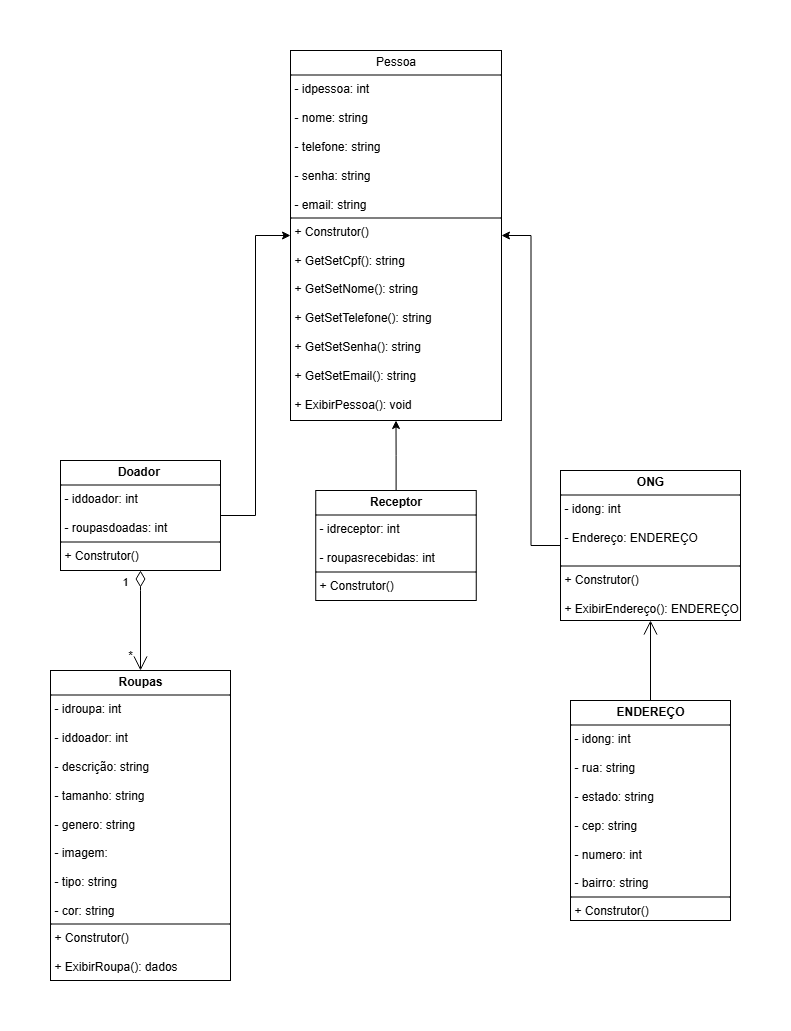
Above: docs/images/DIAGRAMA_DE_CLASSE.png in Arthx21/DOA-AQUI (draw.io), before the change. Source tidied: cells renumbered, new cells last; positions are measured from the earlier drawing's top-left corner, leaving out a move shared by most shapes.
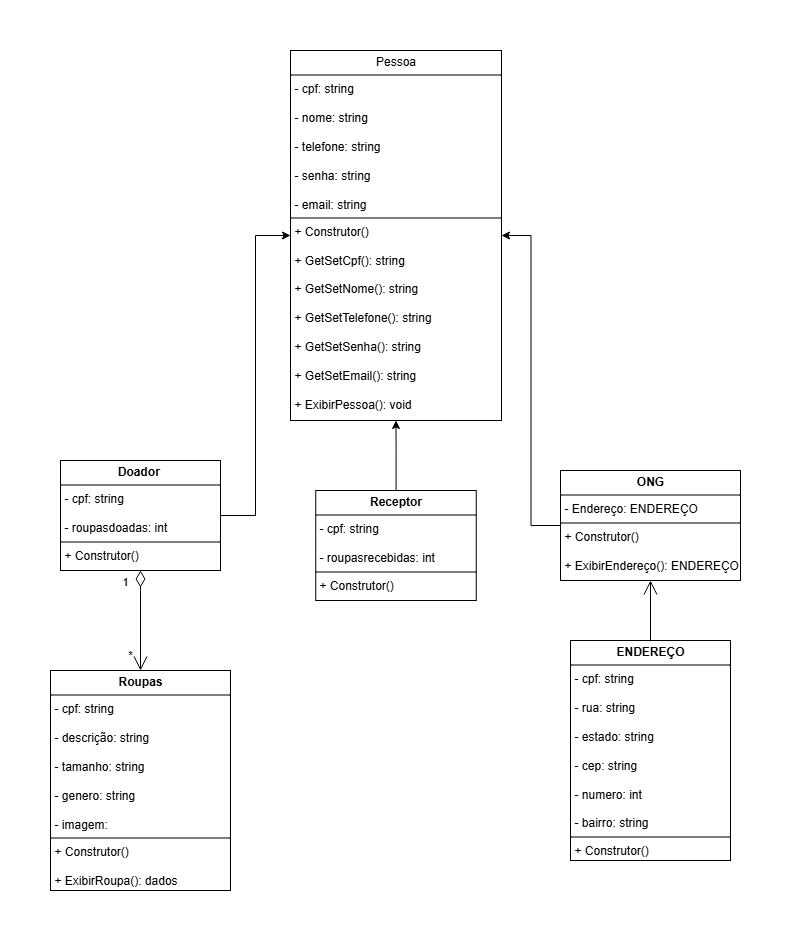
The same diagram one commit later.

Diff of the diagram source:
```diff
@@ -2,20 +2,20 @@
   <root>
     <mxCell id="0" />
     <mxCell id="1" parent="0" />
-    <mxCell id="2" value="&lt;p style=&quot;margin:0px;margin-top:4px;text-align:center;&quot;&gt;Pessoa&lt;/p&gt;&lt;hr size=&quot;1&quot; style=&quot;border-style:solid;&quot;&gt;&lt;p style=&quot;margin:0px;margin-left:4px;&quot;&gt;&lt;span style=&quot;background-color: transparent; color: light-dark(rgb(0, 0, 0), rgb(255, 255, 255));&quot;&gt;- idpessoa: int&lt;/span&gt;&lt;/p&gt;&lt;p style=&quot;margin:0px;margin-left:4px;&quot;&gt;&lt;span style=&quot;background-color: transparent; color: light-dark(rgb(0, 0, 0), rgb(255, 255, 255));&quot;&gt;&lt;br&gt;&lt;/span&gt;&lt;/p&gt;&lt;p style=&quot;margin:0px;margin-left:4px;&quot;&gt;- nome: string&lt;/p&gt;&lt;p style=&quot;margin:0px;margin-left:4px;&quot;&gt;&lt;br&gt;- telefone: string&lt;/p&gt;&lt;p style=&quot;margin:0px;margin-left:4px;&quot;&gt;&lt;br&gt;- senha: string&lt;br&gt;&lt;br&gt;- email: string&lt;br&gt;&lt;/p&gt;&lt;hr size=&quot;1&quot; style=&quot;border-style:solid;&quot;&gt;&lt;p style=&quot;margin:0px;margin-left:4px;&quot;&gt;+ Construtor()&lt;/p&gt;&lt;p style=&quot;margin:0px;margin-left:4px;&quot;&gt;&lt;br&gt;&lt;/p&gt;&lt;p style=&quot;margin:0px;margin-left:4px;&quot;&gt;+ GetSetCpf(): string&lt;/p&gt;&lt;p style=&quot;margin:0px;margin-left:4px;&quot;&gt;&lt;br&gt;&lt;/p&gt;&lt;p style=&quot;margin:0px;margin-left:4px;&quot;&gt;+ GetSetNome(): string&lt;/p&gt;&lt;p style=&quot;margin:0px;margin-left:4px;&quot;&gt;&lt;br&gt;&lt;/p&gt;&lt;p style=&quot;margin:0px;margin-left:4px;&quot;&gt;+&amp;nbsp;&lt;span style=&quot;background-color: transparent; color: light-dark(rgb(0, 0, 0), rgb(255, 255, 255));&quot;&gt;GetSetTelefone(): string&lt;br&gt;&lt;br&gt;&lt;/span&gt;+ GetSetSenha(): string&lt;br&gt;&lt;br&gt;+ GetSetEmail(): string&lt;/p&gt;&lt;p style=&quot;margin:0px;margin-left:4px;&quot;&gt;&lt;br&gt;&lt;/p&gt;&lt;p style=&quot;margin:0px;margin-left:4px;&quot;&gt;+ ExibirPessoa(): void&lt;/p&gt;&lt;p style=&quot;margin:0px;margin-left:4px;&quot;&gt;&lt;br&gt;&lt;/p&gt;&lt;p style=&quot;margin:0px;margin-left:4px;&quot;&gt;&lt;br&gt;&lt;/p&gt;&lt;p style=&quot;margin:0px;margin-left:4px;&quot;&gt;&lt;br&gt;&lt;/p&gt;" style="verticalAlign=top;align=left;overflow=fill;html=1;whiteSpace=wrap;" parent="1" vertex="1">
+    <mxCell id="2" value="&lt;p style=&quot;margin:0px;margin-top:4px;text-align:center;&quot;&gt;Pessoa&lt;/p&gt;&lt;hr size=&quot;1&quot; style=&quot;border-style:solid;&quot;&gt;&lt;p style=&quot;margin:0px;margin-left:4px;&quot;&gt;&lt;span style=&quot;background-color: transparent; color: light-dark(rgb(0, 0, 0), rgb(255, 255, 255));&quot;&gt;- cpf: string&lt;/span&gt;&lt;/p&gt;&lt;p style=&quot;margin:0px;margin-left:4px;&quot;&gt;&lt;span style=&quot;background-color: transparent; color: light-dark(rgb(0, 0, 0), rgb(255, 255, 255));&quot;&gt;&lt;br&gt;&lt;/span&gt;&lt;/p&gt;&lt;p style=&quot;margin:0px;margin-left:4px;&quot;&gt;- nome: string&lt;/p&gt;&lt;p style=&quot;margin:0px;margin-left:4px;&quot;&gt;&lt;br&gt;- telefone: string&lt;/p&gt;&lt;p style=&quot;margin:0px;margin-left:4px;&quot;&gt;&lt;br&gt;- senha: string&lt;br&gt;&lt;br&gt;- email: string&lt;br&gt;&lt;/p&gt;&lt;hr size=&quot;1&quot; style=&quot;border-style:solid;&quot;&gt;&lt;p style=&quot;margin:0px;margin-left:4px;&quot;&gt;+ Construtor()&lt;/p&gt;&lt;p style=&quot;margin:0px;margin-left:4px;&quot;&gt;&lt;br&gt;&lt;/p&gt;&lt;p style=&quot;margin:0px;margin-left:4px;&quot;&gt;+ GetSetCpf(): string&lt;/p&gt;&lt;p style=&quot;margin:0px;margin-left:4px;&quot;&gt;&lt;br&gt;&lt;/p&gt;&lt;p style=&quot;margin:0px;margin-left:4px;&quot;&gt;+ GetSetNome(): string&lt;/p&gt;&lt;p style=&quot;margin:0px;margin-left:4px;&quot;&gt;&lt;br&gt;&lt;/p&gt;&lt;p style=&quot;margin:0px;margin-left:4px;&quot;&gt;+&amp;nbsp;&lt;span style=&quot;background-color: transparent; color: light-dark(rgb(0, 0, 0), rgb(255, 255, 255));&quot;&gt;GetSetTelefone(): string&lt;br&gt;&lt;br&gt;&lt;/span&gt;+ GetSetSenha(): string&lt;br&gt;&lt;br&gt;+ GetSetEmail(): string&lt;/p&gt;&lt;p style=&quot;margin:0px;margin-left:4px;&quot;&gt;&lt;br&gt;&lt;/p&gt;&lt;p style=&quot;margin:0px;margin-left:4px;&quot;&gt;+ ExibirPessoa(): void&lt;/p&gt;&lt;p style=&quot;margin:0px;margin-left:4px;&quot;&gt;&lt;br&gt;&lt;/p&gt;&lt;p style=&quot;margin:0px;margin-left:4px;&quot;&gt;&lt;br&gt;&lt;/p&gt;&lt;p style=&quot;margin:0px;margin-left:4px;&quot;&gt;&lt;br&gt;&lt;/p&gt;" style="verticalAlign=top;align=left;overflow=fill;html=1;whiteSpace=wrap;" parent="1" vertex="1">
       <mxGeometry x="240" width="211" height="370" as="geometry" />
     </mxCell>
-    <mxCell id="3" value="&lt;p style=&quot;margin:0px;margin-top:4px;text-align:center;&quot;&gt;&lt;b&gt;Doador&amp;nbsp;&lt;/b&gt;&lt;/p&gt;&lt;hr size=&quot;1&quot; style=&quot;border-style:solid;&quot;&gt;&lt;p style=&quot;margin:0px;margin-left:4px;&quot;&gt;- iddoador: int&lt;/p&gt;&lt;p style=&quot;margin:0px;margin-left:4px;&quot;&gt;&lt;br&gt;&lt;/p&gt;&lt;p style=&quot;margin:0px;margin-left:4px;&quot;&gt;- roupasdoadas: int&lt;/p&gt;&lt;hr size=&quot;1&quot; style=&quot;border-style:solid;&quot;&gt;&lt;p style=&quot;margin: 0px 0px 0px 4px;&quot;&gt;+ Construtor()&amp;nbsp;&lt;br&gt;&lt;br&gt;&lt;/p&gt;&lt;p style=&quot;margin: 0px 0px 0px 4px;&quot;&gt;&lt;br&gt;&lt;/p&gt;" style="verticalAlign=top;align=left;overflow=fill;html=1;whiteSpace=wrap;" parent="1" vertex="1">
+    <mxCell id="3" value="&lt;p style=&quot;margin:0px;margin-top:4px;text-align:center;&quot;&gt;&lt;b&gt;Doador&amp;nbsp;&lt;/b&gt;&lt;/p&gt;&lt;hr size=&quot;1&quot; style=&quot;border-style:solid;&quot;&gt;&lt;p style=&quot;margin:0px;margin-left:4px;&quot;&gt;- cpf: string&lt;/p&gt;&lt;p style=&quot;margin:0px;margin-left:4px;&quot;&gt;&lt;br&gt;&lt;/p&gt;&lt;p style=&quot;margin:0px;margin-left:4px;&quot;&gt;- roupasdoadas: int&lt;/p&gt;&lt;hr size=&quot;1&quot; style=&quot;border-style:solid;&quot;&gt;&lt;p style=&quot;margin: 0px 0px 0px 4px;&quot;&gt;+ Construtor()&amp;nbsp;&lt;br&gt;&lt;br&gt;&lt;/p&gt;&lt;p style=&quot;margin: 0px 0px 0px 4px;&quot;&gt;&lt;br&gt;&lt;/p&gt;" style="verticalAlign=top;align=left;overflow=fill;html=1;whiteSpace=wrap;" parent="1" vertex="1">
       <mxGeometry x="10" y="410" width="160" height="110" as="geometry" />
     </mxCell>
     <mxCell id="4" style="edgeStyle=orthogonalEdgeStyle;rounded=0;jettySize=auto;html=1;entryX=0.5;entryY=1;entryDx=0;entryDy=0;" parent="1" edge="1" source="5" target="2">
       <mxGeometry relative="1" as="geometry" />
     </mxCell>
-    <mxCell id="5" value="&lt;p style=&quot;margin:0px;margin-top:4px;text-align:center;&quot;&gt;&lt;b&gt;Receptor&lt;/b&gt;&lt;/p&gt;&lt;hr size=&quot;1&quot; style=&quot;border-style:solid;&quot;&gt;&lt;p style=&quot;margin:0px;margin-left:4px;&quot;&gt;- idreceptor: int&lt;/p&gt;&lt;p style=&quot;margin:0px;margin-left:4px;&quot;&gt;&lt;br&gt;&lt;/p&gt;&lt;p style=&quot;margin:0px;margin-left:4px;&quot;&gt;- roupasrecebidas: int&lt;/p&gt;&lt;hr size=&quot;1&quot; style=&quot;border-style:solid;&quot;&gt;&lt;p style=&quot;margin: 0px 0px 0px 4px;&quot;&gt;+ Construtor()&lt;/p&gt;&lt;p style=&quot;margin: 0px 0px 0px 4px;&quot;&gt;&lt;br&gt;&lt;/p&gt;" style="verticalAlign=top;align=left;overflow=fill;html=1;whiteSpace=wrap;" parent="1" vertex="1">
+    <mxCell id="5" value="&lt;p style=&quot;margin:0px;margin-top:4px;text-align:center;&quot;&gt;&lt;b&gt;Receptor&lt;/b&gt;&lt;/p&gt;&lt;hr size=&quot;1&quot; style=&quot;border-style:solid;&quot;&gt;&lt;p style=&quot;margin:0px;margin-left:4px;&quot;&gt;- cpf: string&lt;/p&gt;&lt;p style=&quot;margin:0px;margin-left:4px;&quot;&gt;&lt;br&gt;&lt;/p&gt;&lt;p style=&quot;margin:0px;margin-left:4px;&quot;&gt;- roupasrecebidas: int&lt;/p&gt;&lt;hr size=&quot;1&quot; style=&quot;border-style:solid;&quot;&gt;&lt;p style=&quot;margin: 0px 0px 0px 4px;&quot;&gt;+ Construtor()&lt;/p&gt;&lt;p style=&quot;margin: 0px 0px 0px 4px;&quot;&gt;&lt;br&gt;&lt;/p&gt;" style="verticalAlign=top;align=left;overflow=fill;html=1;whiteSpace=wrap;" parent="1" vertex="1">
       <mxGeometry x="265.2" y="440" width="160.5" height="110" as="geometry" />
     </mxCell>
-    <mxCell id="6" value="&lt;p style=&quot;margin:0px;margin-top:4px;text-align:center;&quot;&gt;&lt;b&gt;ONG&lt;/b&gt;&lt;/p&gt;&lt;hr size=&quot;1&quot; style=&quot;border-style:solid;&quot;&gt;&lt;p style=&quot;margin:0px;margin-left:4px;&quot;&gt;- idong: int&lt;/p&gt;&lt;p style=&quot;margin:0px;margin-left:4px;&quot;&gt;&lt;br&gt;&lt;/p&gt;&lt;p style=&quot;margin:0px;margin-left:4px;&quot;&gt;- Endereço: ENDEREÇO&lt;br&gt;&lt;br&gt;&lt;/p&gt;&lt;hr size=&quot;1&quot; style=&quot;border-style:solid;&quot;&gt;&lt;p style=&quot;margin: 0px 0px 0px 4px;&quot;&gt;+ Construtor()&lt;/p&gt;&lt;p style=&quot;margin: 0px 0px 0px 4px;&quot;&gt;&lt;br&gt;&lt;/p&gt;&lt;p style=&quot;margin: 0px 0px 0px 4px;&quot;&gt;+ ExibirEndereço(): ENDEREÇO&lt;/p&gt;" style="verticalAlign=top;align=left;overflow=fill;html=1;whiteSpace=wrap;" parent="1" vertex="1">
-      <mxGeometry x="510" y="420" width="180" height="150" as="geometry" />
+    <mxCell id="6" value="&lt;p style=&quot;margin:0px;margin-top:4px;text-align:center;&quot;&gt;&lt;b&gt;ONG&lt;/b&gt;&lt;/p&gt;&lt;hr size=&quot;1&quot; style=&quot;border-style:solid;&quot;&gt;&lt;p style=&quot;margin:0px;margin-left:4px;&quot;&gt;- Endereço: ENDEREÇO&lt;br&gt;&lt;/p&gt;&lt;hr size=&quot;1&quot; style=&quot;border-style:solid;&quot;&gt;&lt;p style=&quot;margin: 0px 0px 0px 4px;&quot;&gt;+ Construtor()&lt;/p&gt;&lt;p style=&quot;margin: 0px 0px 0px 4px;&quot;&gt;&lt;br&gt;&lt;/p&gt;&lt;p style=&quot;margin: 0px 0px 0px 4px;&quot;&gt;+ ExibirEndereço(): ENDEREÇO&lt;/p&gt;" style="verticalAlign=top;align=left;overflow=fill;html=1;whiteSpace=wrap;" parent="1" vertex="1">
+      <mxGeometry x="510" y="420" width="180" height="110" as="geometry" />
     </mxCell>
     <mxCell id="7" style="edgeStyle=orthogonalEdgeStyle;rounded=0;jettySize=auto;html=1;entryX=0;entryY=0.5;entryDx=0;entryDy=0;" parent="1" edge="1" source="3" target="2">
       <mxGeometry relative="1" as="geometry" />
@@ -23,8 +23,8 @@
     <mxCell id="8" style="edgeStyle=orthogonalEdgeStyle;rounded=0;jettySize=auto;html=1;entryX=1;entryY=0.5;entryDx=0;entryDy=0;" parent="1" edge="1" source="6" target="2">
       <mxGeometry relative="1" as="geometry" />
     </mxCell>
-    <mxCell id="9" value="&lt;p style=&quot;margin:0px;margin-top:4px;text-align:center;&quot;&gt;&lt;b&gt;Roupas&lt;/b&gt;&lt;/p&gt;&lt;hr size=&quot;1&quot; style=&quot;border-style:solid;&quot;&gt;&lt;p style=&quot;margin:0px;margin-left:4px;&quot;&gt;- idroupa: int&lt;/p&gt;&lt;p style=&quot;margin:0px;margin-left:4px;&quot;&gt;&lt;br&gt;&lt;/p&gt;&lt;p style=&quot;margin:0px;margin-left:4px;&quot;&gt;- iddoador: int&lt;/p&gt;&lt;p style=&quot;margin:0px;margin-left:4px;&quot;&gt;&lt;br&gt;&lt;/p&gt;&lt;p style=&quot;margin:0px;margin-left:4px;&quot;&gt;- descrição: string&lt;/p&gt;&lt;p style=&quot;margin:0px;margin-left:4px;&quot;&gt;&lt;br&gt;&lt;/p&gt;&lt;p style=&quot;margin:0px;margin-left:4px;&quot;&gt;- tamanho: string&lt;/p&gt;&lt;p style=&quot;margin:0px;margin-left:4px;&quot;&gt;&lt;br&gt;&lt;/p&gt;&lt;p style=&quot;margin:0px;margin-left:4px;&quot;&gt;- genero: string&lt;/p&gt;&lt;p style=&quot;margin:0px;margin-left:4px;&quot;&gt;&lt;br&gt;&lt;/p&gt;&lt;p style=&quot;margin:0px;margin-left:4px;&quot;&gt;- imagem:&amp;nbsp;&lt;br&gt;&lt;br&gt;- tipo: string&lt;br&gt;&lt;br&gt;- cor: string&lt;/p&gt;&lt;hr size=&quot;1&quot; style=&quot;border-style:solid;&quot;&gt;&lt;p style=&quot;margin: 0px 0px 0px 4px;&quot;&gt;+ Construtor()&lt;/p&gt;&lt;p style=&quot;margin: 0px 0px 0px 4px;&quot;&gt;&amp;nbsp;&lt;br&gt;+ ExibirRoupa(): dados&lt;/p&gt;&lt;p style=&quot;margin: 0px 0px 0px 4px;&quot;&gt;&lt;br&gt;&lt;/p&gt;" style="verticalAlign=top;align=left;overflow=fill;html=1;whiteSpace=wrap;" parent="1" vertex="1">
-      <mxGeometry y="620" width="180" height="310" as="geometry" />
+    <mxCell id="9" value="&lt;p style=&quot;margin:0px;margin-top:4px;text-align:center;&quot;&gt;&lt;b&gt;Roupas&lt;/b&gt;&lt;/p&gt;&lt;hr size=&quot;1&quot; style=&quot;border-style:solid;&quot;&gt;&lt;p style=&quot;margin:0px;margin-left:4px;&quot;&gt;- cpf: string&lt;/p&gt;&lt;p style=&quot;margin:0px;margin-left:4px;&quot;&gt;&lt;br&gt;&lt;/p&gt;&lt;p style=&quot;margin:0px;margin-left:4px;&quot;&gt;- descrição: string&lt;/p&gt;&lt;p style=&quot;margin:0px;margin-left:4px;&quot;&gt;&lt;br&gt;&lt;/p&gt;&lt;p style=&quot;margin:0px;margin-left:4px;&quot;&gt;- tamanho: string&lt;/p&gt;&lt;p style=&quot;margin:0px;margin-left:4px;&quot;&gt;&lt;br&gt;&lt;/p&gt;&lt;p style=&quot;margin:0px;margin-left:4px;&quot;&gt;- genero: string&lt;/p&gt;&lt;p style=&quot;margin:0px;margin-left:4px;&quot;&gt;&lt;br&gt;&lt;/p&gt;&lt;p style=&quot;margin:0px;margin-left:4px;&quot;&gt;- imagem:&amp;nbsp;&lt;/p&gt;&lt;hr size=&quot;1&quot; style=&quot;border-style:solid;&quot;&gt;&lt;p style=&quot;margin: 0px 0px 0px 4px;&quot;&gt;+ Construtor()&lt;/p&gt;&lt;p style=&quot;margin: 0px 0px 0px 4px;&quot;&gt;&amp;nbsp;&lt;br&gt;+ ExibirRoupa(): dados&lt;/p&gt;&lt;p style=&quot;margin: 0px 0px 0px 4px;&quot;&gt;&lt;br&gt;&lt;/p&gt;" style="verticalAlign=top;align=left;overflow=fill;html=1;whiteSpace=wrap;" parent="1" vertex="1">
+      <mxGeometry y="620" width="180" height="220" as="geometry" />
     </mxCell>
     <mxCell id="10" value="1" style="endArrow=open;html=1;endSize=12;startArrow=diamondThin;startSize=14;startFill=0;edgeStyle=orthogonalEdgeStyle;align=left;verticalAlign=bottom;rounded=0;exitX=0.5;exitY=1;exitDx=0;exitDy=0;entryX=0.5;entryY=0;entryDx=0;entryDy=0;" parent="1" edge="1" source="3" target="9">
       <mxGeometry x="-0.6" y="-20" relative="1" as="geometry">
@@ -37,8 +37,8 @@
     <mxCell id="11" value="*" style="text;html=1;align=center;verticalAlign=middle;whiteSpace=wrap;rounded=0;" parent="1" vertex="1">
       <mxGeometry x="50" y="590" width="60" height="30" as="geometry" />
     </mxCell>
-    <mxCell id="12" value="&lt;p style=&quot;margin:0px;margin-top:4px;text-align:center;&quot;&gt;&lt;b&gt;ENDEREÇO&lt;/b&gt;&lt;/p&gt;&lt;hr size=&quot;1&quot; style=&quot;border-style:solid;&quot;&gt;&lt;p style=&quot;margin:0px;margin-left:4px;&quot;&gt;- idong: int&lt;/p&gt;&lt;p style=&quot;margin:0px;margin-left:4px;&quot;&gt;&lt;br&gt;&lt;/p&gt;&lt;p style=&quot;margin:0px;margin-left:4px;&quot;&gt;- rua: string&lt;/p&gt;&lt;p style=&quot;margin:0px;margin-left:4px;&quot;&gt;&lt;br&gt;&lt;/p&gt;&lt;p style=&quot;margin:0px;margin-left:4px;&quot;&gt;- estado: string&lt;/p&gt;&lt;p style=&quot;margin:0px;margin-left:4px;&quot;&gt;&lt;br&gt;&lt;/p&gt;&lt;p style=&quot;margin:0px;margin-left:4px;&quot;&gt;- cep: string&lt;/p&gt;&lt;p style=&quot;margin:0px;margin-left:4px;&quot;&gt;&lt;br&gt;&lt;/p&gt;&lt;p style=&quot;margin:0px;margin-left:4px;&quot;&gt;- numero: int&lt;/p&gt;&lt;p style=&quot;margin:0px;margin-left:4px;&quot;&gt;&lt;br&gt;&lt;/p&gt;&lt;p style=&quot;margin:0px;margin-left:4px;&quot;&gt;- bairro: string&lt;/p&gt;&lt;hr size=&quot;1&quot; style=&quot;border-style:solid;&quot;&gt;&lt;p style=&quot;margin: 0px 0px 0px 4px;&quot;&gt;+ Construtor()&lt;/p&gt;&lt;p style=&quot;margin: 0px 0px 0px 4px;&quot;&gt;&lt;br&gt;&lt;/p&gt;&lt;p style=&quot;margin: 0px 0px 0px 4px;&quot;&gt;&lt;br&gt;&lt;/p&gt;&lt;p style=&quot;margin: 0px 0px 0px 4px;&quot;&gt;&lt;br&gt;&lt;/p&gt;" style="verticalAlign=top;align=left;overflow=fill;html=1;whiteSpace=wrap;" parent="1" vertex="1">
-      <mxGeometry x="520" y="650" width="160" height="220" as="geometry" />
+    <mxCell id="12" value="&lt;p style=&quot;margin:0px;margin-top:4px;text-align:center;&quot;&gt;&lt;b&gt;ENDEREÇO&lt;/b&gt;&lt;/p&gt;&lt;hr size=&quot;1&quot; style=&quot;border-style:solid;&quot;&gt;&lt;p style=&quot;margin:0px;margin-left:4px;&quot;&gt;- cpf: string&lt;/p&gt;&lt;p style=&quot;margin:0px;margin-left:4px;&quot;&gt;&lt;br&gt;&lt;/p&gt;&lt;p style=&quot;margin:0px;margin-left:4px;&quot;&gt;- rua: string&lt;/p&gt;&lt;p style=&quot;margin:0px;margin-left:4px;&quot;&gt;&lt;br&gt;&lt;/p&gt;&lt;p style=&quot;margin:0px;margin-left:4px;&quot;&gt;- estado: string&lt;/p&gt;&lt;p style=&quot;margin:0px;margin-left:4px;&quot;&gt;&lt;br&gt;&lt;/p&gt;&lt;p style=&quot;margin:0px;margin-left:4px;&quot;&gt;- cep: string&lt;/p&gt;&lt;p style=&quot;margin:0px;margin-left:4px;&quot;&gt;&lt;br&gt;&lt;/p&gt;&lt;p style=&quot;margin:0px;margin-left:4px;&quot;&gt;- numero: int&lt;/p&gt;&lt;p style=&quot;margin:0px;margin-left:4px;&quot;&gt;&lt;br&gt;&lt;/p&gt;&lt;p style=&quot;margin:0px;margin-left:4px;&quot;&gt;- bairro: string&lt;/p&gt;&lt;hr size=&quot;1&quot; style=&quot;border-style:solid;&quot;&gt;&lt;p style=&quot;margin: 0px 0px 0px 4px;&quot;&gt;+ Construtor()&lt;/p&gt;&lt;p style=&quot;margin: 0px 0px 0px 4px;&quot;&gt;&lt;br&gt;&lt;/p&gt;&lt;p style=&quot;margin: 0px 0px 0px 4px;&quot;&gt;&lt;br&gt;&lt;/p&gt;&lt;p style=&quot;margin: 0px 0px 0px 4px;&quot;&gt;&lt;br&gt;&lt;/p&gt;" style="verticalAlign=top;align=left;overflow=fill;html=1;whiteSpace=wrap;" parent="1" vertex="1">
+      <mxGeometry x="520" y="590" width="160" height="220" as="geometry" />
     </mxCell>
     <mxCell id="13" style="endArrow=open;endFill=1;endSize=12;html=1;rounded=0;exitX=0.5;exitY=0;exitDx=0;exitDy=0;entryX=0.5;entryY=1;entryDx=0;entryDy=0;" parent="1" edge="1" source="12" target="6">
       <mxGeometry relative="1" as="geometry" />
```
